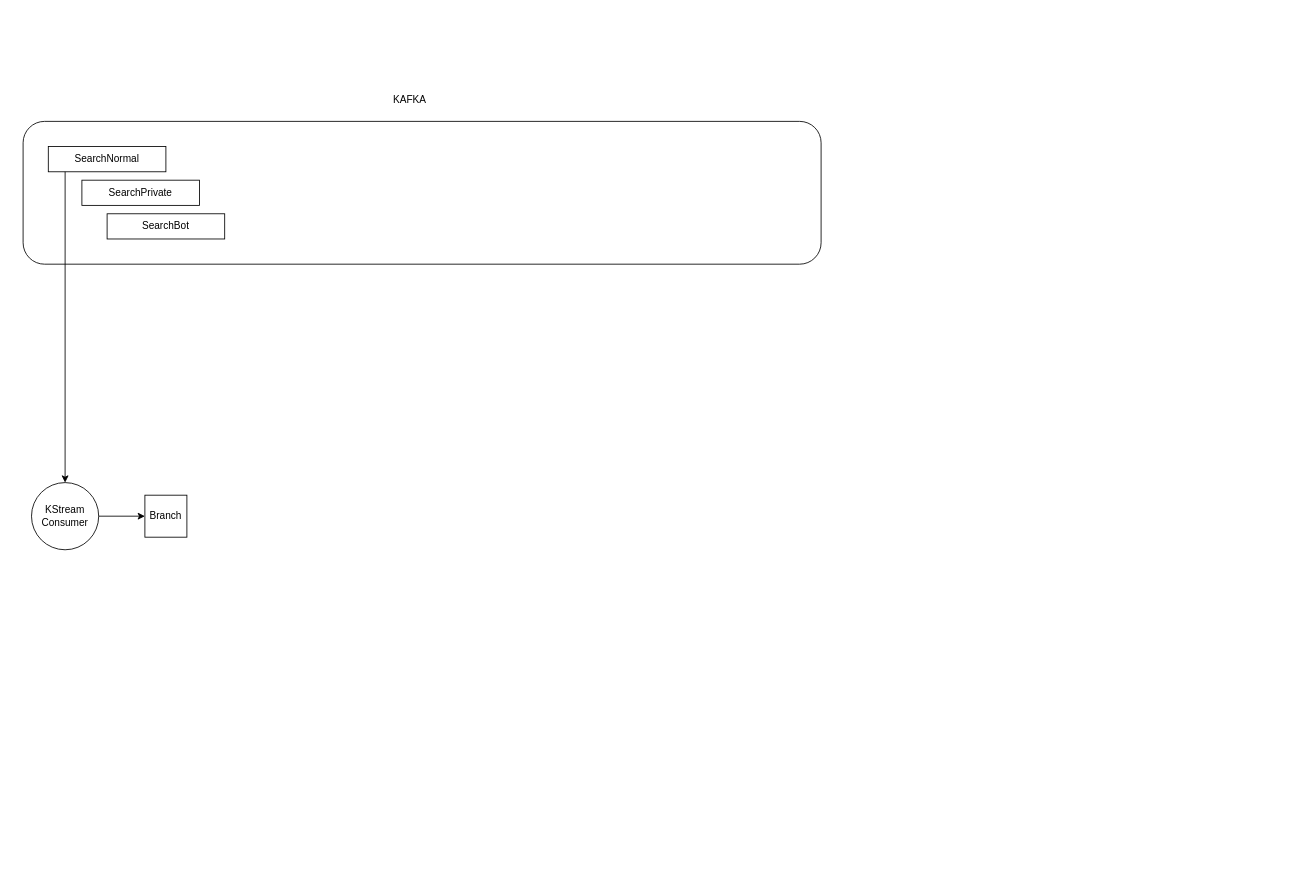
Earlier version of the draw.io diagram Stream_Match.drawio (Alfagov/Alfagov). Source tidied: cells renumbered, new cells numbered last; positions are measured from the earlier drawing's top-left corner, leaving out a move shared by most shapes. Both pictures are drawn from the tidied source at 84%, with x=0, y=0 at pixel (23, 87).
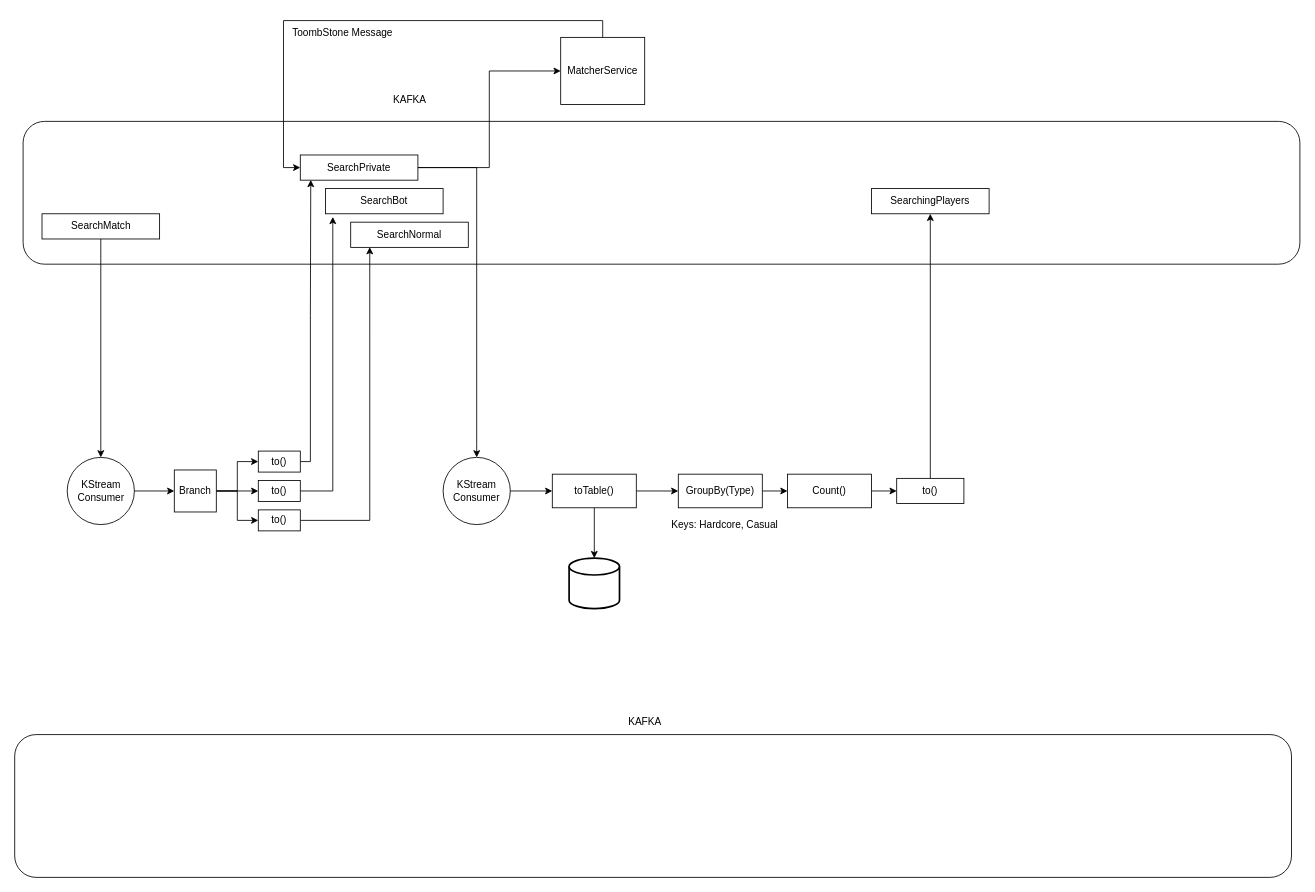
After the change.

The edit, as a diff of the source:
```diff
@@
     <mxCell id="2" style="rounded=1;whiteSpace=wrap;html=1;" parent="1" vertex="1">
-      <mxGeometry y="40" width="950" height="170" as="geometry" />
+      <mxGeometry y="40" width="1520" height="170" as="geometry" />
     </mxCell>
@@
     <mxCell id="4" value="SearchBot" style="rounded=0;whiteSpace=wrap;html=1;" parent="1" vertex="1">
-      <mxGeometry x="100" y="150" width="140" height="30" as="geometry" />
+      <mxGeometry x="360" y="120" width="140" height="30" as="geometry" />
     </mxCell>
@@
     <mxCell id="6" value="KStream Consumer" style="ellipse;whiteSpace=wrap;html=1;" parent="1" vertex="1">
-      <mxGeometry x="10" y="470" width="80" height="80" as="geometry" />
+      <mxGeometry x="52.5" y="440" width="80" height="80" as="geometry" />
     </mxCell>
+    <mxCell id="11" style="edgeStyle=orthogonalEdgeStyle;rounded=0;jettySize=auto;html=1;exitX=1;exitY=0.5;exitDx=0;exitDy=0;entryX=0;entryY=0.5;entryDx=0;entryDy=0;" parent="1" edge="1" source="7" target="19">
+      <mxGeometry relative="1" as="geometry" />
+    </mxCell>
+    <mxCell id="12" style="edgeStyle=orthogonalEdgeStyle;rounded=0;jettySize=auto;html=1;exitX=1;exitY=0.5;exitDx=0;exitDy=0;entryX=0;entryY=0.5;entryDx=0;entryDy=0;" parent="1" edge="1" source="7" target="21">
+      <mxGeometry relative="1" as="geometry" />
+    </mxCell>
+    <mxCell id="13" style="edgeStyle=orthogonalEdgeStyle;rounded=0;jettySize=auto;html=1;exitX=1;exitY=0.5;exitDx=0;exitDy=0;entryX=0;entryY=0.5;entryDx=0;entryDy=0;" parent="1" edge="1" source="7" target="17">
+      <mxGeometry relative="1" as="geometry" />
+    </mxCell>
     <mxCell id="7" value="Branch" style="whiteSpace=wrap;html=1;" parent="1" vertex="1">
-      <mxGeometry x="145" y="485" width="50" height="50" as="geometry" />
+      <mxGeometry x="180" y="455" width="50" height="50" as="geometry" />
     </mxCell>
-    <mxCell id="8" value="SearchNormal" style="rounded=0;whiteSpace=wrap;html=1;" parent="1" vertex="1">
-      <mxGeometry x="30" y="70" width="140" height="30" as="geometry" />
+    <mxCell id="8" value="SearchMatch" style="rounded=0;whiteSpace=wrap;html=1;" parent="1" vertex="1">
+      <mxGeometry x="22.5" y="150" width="140" height="30" as="geometry" />
     </mxCell>
+    <mxCell id="14" style="edgeStyle=orthogonalEdgeStyle;rounded=0;jettySize=auto;html=1;exitX=1;exitY=0.5;exitDx=0;exitDy=0;entryX=0.5;entryY=0;entryDx=0;entryDy=0;" parent="1" edge="1" source="9" target="24">
+      <mxGeometry relative="1" as="geometry">
+        <Array as="points">
+          <mxPoint x="540" y="95" />
+          <mxPoint x="540" y="425" />
+        </Array>
+      </mxGeometry>
+    </mxCell>
+    <mxCell id="15" style="edgeStyle=orthogonalEdgeStyle;rounded=0;jettySize=auto;html=1;exitX=1;exitY=0.5;exitDx=0;exitDy=0;entryX=0;entryY=0.5;entryDx=0;entryDy=0;" parent="1" edge="1" source="9" target="30">
+      <mxGeometry relative="1" as="geometry" />
+    </mxCell>
     <mxCell id="9" value="SearchPrivate" style="rounded=0;whiteSpace=wrap;html=1;" parent="1" vertex="1">
-      <mxGeometry x="70" y="110" width="140" height="30" as="geometry" />
+      <mxGeometry x="330" y="80" width="140" height="30" as="geometry" />
     </mxCell>
-    <mxCell id="10" style="endArrow=classic;html=1;rounded=0;entryX=0.5;entryY=0;entryDx=0;entryDy=0;exitX=0.143;exitY=1;exitDx=0;exitDy=0;exitPerimeter=0;" parent="1" edge="1" source="8" target="6">
+    <mxCell id="10" style="endArrow=classic;html=1;rounded=0;entryX=0.5;entryY=0;entryDx=0;entryDy=0;exitX=0.5;exitY=1;exitDx=0;exitDy=0;" parent="1" edge="1" source="8" target="6">
       <mxGeometry relative="1" as="geometry" />
     </mxCell>
+    <mxCell id="16" style="edgeStyle=orthogonalEdgeStyle;rounded=0;jettySize=auto;html=1;exitX=1;exitY=0.5;exitDx=0;exitDy=0;entryX=0.162;entryY=0.99;entryDx=0;entryDy=0;entryPerimeter=0;" parent="1" edge="1" source="17" target="22">
+      <mxGeometry relative="1" as="geometry" />
+    </mxCell>
+    <mxCell id="17" value="to()" style="whiteSpace=wrap;html=1;" parent="1" vertex="1">
+      <mxGeometry x="280" y="502.5" width="50" height="25" as="geometry" />
+    </mxCell>
+    <mxCell id="18" style="edgeStyle=orthogonalEdgeStyle;rounded=0;jettySize=auto;html=1;exitX=1;exitY=0.5;exitDx=0;exitDy=0;entryX=0.062;entryY=1.124;entryDx=0;entryDy=0;entryPerimeter=0;" parent="1" edge="1" source="19" target="4">
+      <mxGeometry relative="1" as="geometry" />
+    </mxCell>
+    <mxCell id="19" value="to()" style="whiteSpace=wrap;html=1;" parent="1" vertex="1">
+      <mxGeometry x="280" y="467.5" width="50" height="25" as="geometry" />
+    </mxCell>
+    <mxCell id="20" style="edgeStyle=orthogonalEdgeStyle;rounded=0;jettySize=auto;html=1;exitX=1;exitY=0.5;exitDx=0;exitDy=0;entryX=0.089;entryY=0.99;entryDx=0;entryDy=0;entryPerimeter=0;" parent="1" edge="1" source="21" target="9">
+      <mxGeometry relative="1" as="geometry">
+        <Array as="points">
+          <mxPoint x="342" y="445" />
+          <mxPoint x="342" y="271" />
+        </Array>
+      </mxGeometry>
+    </mxCell>
+    <mxCell id="21" value="to()" style="whiteSpace=wrap;html=1;" parent="1" vertex="1">
+      <mxGeometry x="280" y="432.5" width="50" height="25" as="geometry" />
+    </mxCell>
+    <mxCell id="22" value="SearchNormal" style="rounded=0;whiteSpace=wrap;html=1;" parent="1" vertex="1">
+      <mxGeometry x="390" y="160" width="140" height="30" as="geometry" />
+    </mxCell>
+    <mxCell id="23" style="edgeStyle=orthogonalEdgeStyle;rounded=0;jettySize=auto;html=1;" parent="1" edge="1" source="24" target="27">
+      <mxGeometry relative="1" as="geometry" />
+    </mxCell>
+    <mxCell id="24" value="KStream Consumer" style="ellipse;whiteSpace=wrap;html=1;" parent="1" vertex="1">
+      <mxGeometry x="500" y="440" width="80" height="80" as="geometry" />
+    </mxCell>
+    <mxCell id="25" style="edgeStyle=orthogonalEdgeStyle;rounded=0;jettySize=auto;html=1;exitX=0.5;exitY=1;exitDx=0;exitDy=0;entryX=0.5;entryY=0;entryDx=0;entryDy=0;entryPerimeter=0;" parent="1" edge="1" source="27" target="28">
+      <mxGeometry relative="1" as="geometry" />
+    </mxCell>
+    <mxCell id="26" style="edgeStyle=orthogonalEdgeStyle;rounded=0;jettySize=auto;html=1;exitX=1;exitY=0.5;exitDx=0;exitDy=0;entryX=0;entryY=0.5;entryDx=0;entryDy=0;" parent="1" edge="1" source="27" target="33">
+      <mxGeometry relative="1" as="geometry" />
+    </mxCell>
+    <mxCell id="27" value="toTable()" style="whiteSpace=wrap;html=1;" parent="1" vertex="1">
+      <mxGeometry x="630" y="460" width="100" height="40" as="geometry" />
+    </mxCell>
+    <mxCell id="28" style="strokeWidth=2;html=1;shape=mxgraph.flowchart.database;whiteSpace=wrap;" parent="1" vertex="1">
+      <mxGeometry x="650" y="560" width="60" height="60" as="geometry" />
+    </mxCell>
+    <mxCell id="29" style="edgeStyle=orthogonalEdgeStyle;rounded=0;jettySize=auto;html=1;exitX=0.5;exitY=0;exitDx=0;exitDy=0;entryX=0;entryY=0.5;entryDx=0;entryDy=0;" parent="1" edge="1" source="30" target="9">
+      <mxGeometry relative="1" as="geometry" />
+    </mxCell>
+    <mxCell id="30" value="MatcherService" style="rounded=0;whiteSpace=wrap;html=1;" parent="1" vertex="1">
+      <mxGeometry x="640" y="-60" width="100" height="80" as="geometry" />
+    </mxCell>
+    <mxCell id="31" value="ToombStone Message" style="text;html=1;align=center;verticalAlign=middle;strokeColor=none;fillColor=none;" parent="1" vertex="1">
+      <mxGeometry x="310" y="-80" width="140" height="30" as="geometry" />
+    </mxCell>
+    <mxCell id="32" style="edgeStyle=orthogonalEdgeStyle;rounded=0;jettySize=auto;html=1;exitX=1;exitY=0.5;exitDx=0;exitDy=0;entryX=0;entryY=0.5;entryDx=0;entryDy=0;" parent="1" edge="1" source="33" target="35">
+      <mxGeometry relative="1" as="geometry" />
+    </mxCell>
+    <mxCell id="33" value="GroupBy(Type)" style="rounded=0;whiteSpace=wrap;html=1;" parent="1" vertex="1">
+      <mxGeometry x="780" y="460" width="100" height="40" as="geometry" />
+    </mxCell>
+    <mxCell id="34" style="edgeStyle=orthogonalEdgeStyle;rounded=0;jettySize=auto;html=1;exitX=1;exitY=0.5;exitDx=0;exitDy=0;entryX=0;entryY=0.5;entryDx=0;entryDy=0;" parent="1" edge="1" source="35" target="37">
+      <mxGeometry relative="1" as="geometry" />
+    </mxCell>
+    <mxCell id="35" value="Count()" style="rounded=0;whiteSpace=wrap;html=1;" parent="1" vertex="1">
+      <mxGeometry x="910" y="460" width="100" height="40" as="geometry" />
+    </mxCell>
+    <mxCell id="36" style="edgeStyle=orthogonalEdgeStyle;rounded=0;jettySize=auto;html=1;exitX=0.5;exitY=0;exitDx=0;exitDy=0;entryX=0.5;entryY=1;entryDx=0;entryDy=0;" parent="1" edge="1" source="37" target="38">
+      <mxGeometry relative="1" as="geometry" />
+    </mxCell>
+    <mxCell id="37" value="to()" style="rounded=0;whiteSpace=wrap;html=1;" parent="1" vertex="1">
+      <mxGeometry x="1040" y="465" width="80" height="30" as="geometry" />
+    </mxCell>
+    <mxCell id="38" value="SearchingPlayers" style="rounded=0;whiteSpace=wrap;html=1;" parent="1" vertex="1">
+      <mxGeometry x="1010" y="120" width="140" height="30" as="geometry" />
+    </mxCell>
+    <mxCell id="39" value="Keys: Hardcore, Casual" style="text;html=1;align=center;verticalAlign=middle;strokeColor=none;fillColor=none;" parent="1" vertex="1">
+      <mxGeometry x="760" y="505" width="150" height="30" as="geometry" />
+    </mxCell>
+    <mxCell id="40" style="rounded=1;whiteSpace=wrap;html=1;" parent="1" vertex="1">
+      <mxGeometry x="-10" y="770" width="1520" height="170" as="geometry" />
+    </mxCell>
+    <mxCell id="41" value="KAFKA" style="text;html=1;align=center;verticalAlign=middle;strokeColor=none;fillColor=none;" parent="1" vertex="1">
+      <mxGeometry x="710" y="740" width="60" height="30" as="geometry" />
+    </mxCell>
```
